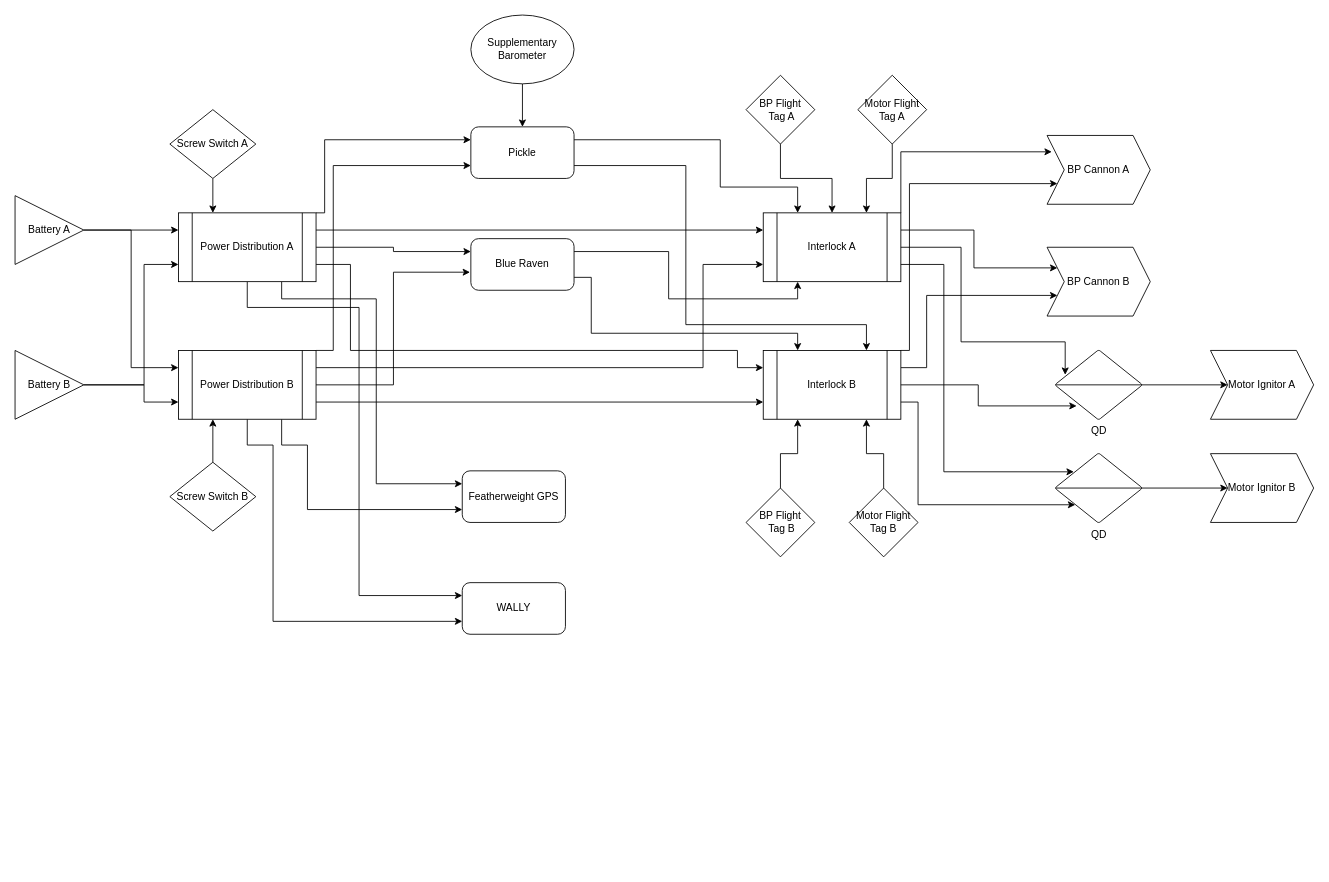
This is SIRIUS_sustainer.drawio from icl-rocketry/wally, a draw.io file, before an edit. Source tidied: cells renumbered, new cells numbered last; positions are measured from the earlier drawing's top-left corner, leaving out a move shared by most shapes. Both pictures are drawn from the tidied source at 86%, with x=0, y=0 at pixel (15, 15).
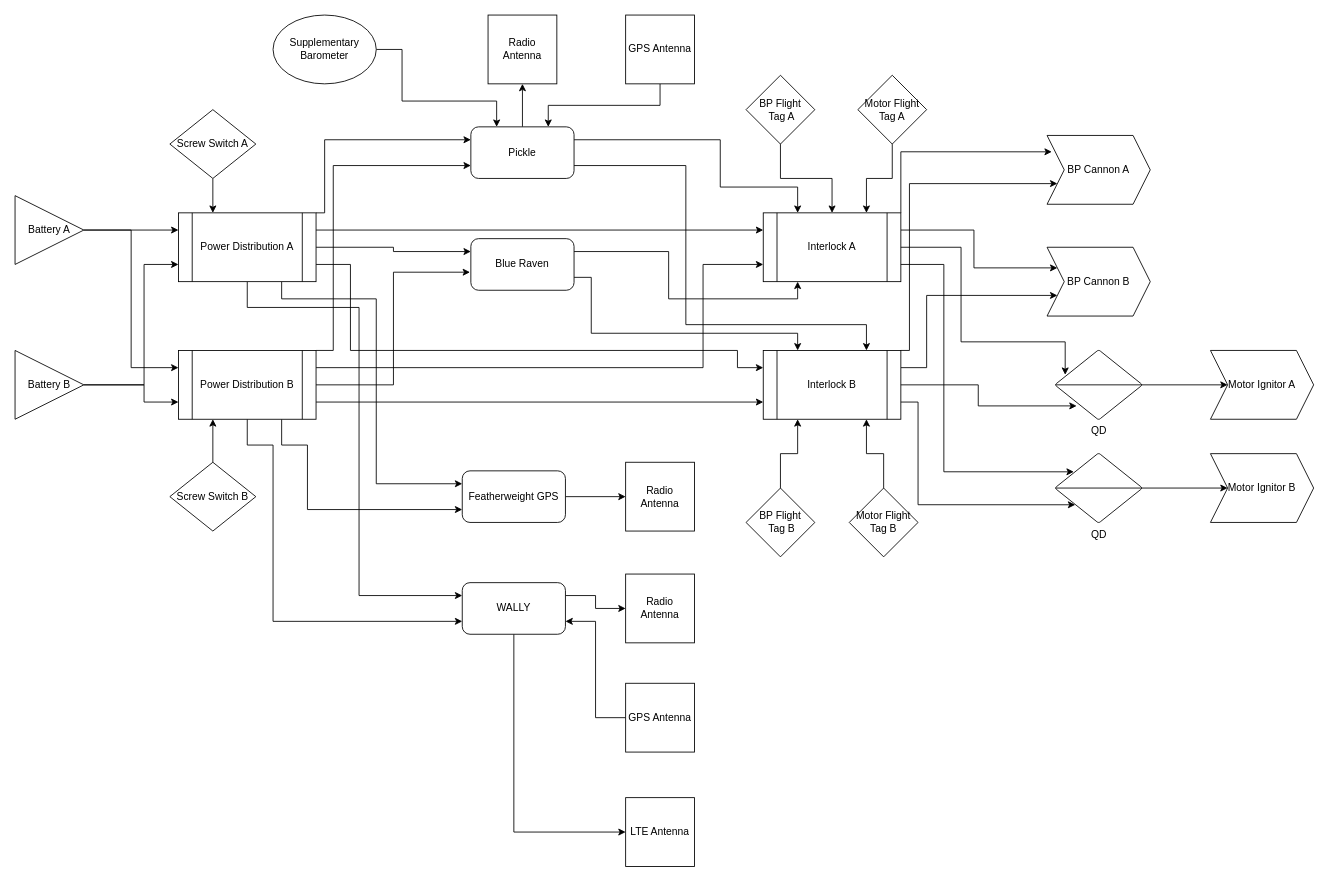
The same page after the edit.

Unchanged cells that the change refers to:
```xml
<mxCell id="27" value="Pickle" style="rounded=1;whiteSpace=wrap;html=1;" parent="1" vertex="1">
  <mxGeometry x="530" y="130" width="120" height="60" as="geometry" />
</mxCell>
<mxCell id="31" value="WALLY" style="rounded=1;whiteSpace=wrap;html=1;" parent="1" vertex="1">
  <mxGeometry x="520" y="660" width="120" height="60" as="geometry" />
</mxCell>
<mxCell id="32" value="Featherweight GPS" style="rounded=1;whiteSpace=wrap;html=1;" parent="1" vertex="1">
  <mxGeometry x="520" y="530" width="120" height="60" as="geometry" />
</mxCell>
```

Diff of the diagram source:
```diff
@@
+    <mxCell id="62" style="edgeStyle=orthogonalEdgeStyle;rounded=0;jettySize=auto;html=1;exitX=0.5;exitY=0;exitDx=0;exitDy=0;entryX=0.5;entryY=1;entryDx=0;entryDy=0;" parent="1" edge="1" source="27" target="68">
+      <mxGeometry relative="1" as="geometry" />
+    </mxCell>
@@
+    <mxCell id="63" style="edgeStyle=orthogonalEdgeStyle;rounded=0;jettySize=auto;html=1;exitX=1;exitY=0.25;exitDx=0;exitDy=0;entryX=0;entryY=0.5;entryDx=0;entryDy=0;" parent="1" edge="1" source="31" target="67">
+      <mxGeometry relative="1" as="geometry" />
+    </mxCell>
+    <mxCell id="64" style="edgeStyle=orthogonalEdgeStyle;rounded=0;jettySize=auto;html=1;exitX=0.5;exitY=1;exitDx=0;exitDy=0;entryX=0;entryY=0.5;entryDx=0;entryDy=0;" parent="1" edge="1" source="31" target="73">
+      <mxGeometry relative="1" as="geometry" />
+    </mxCell>
@@
+    <mxCell id="65" style="edgeStyle=orthogonalEdgeStyle;rounded=0;jettySize=auto;html=1;exitX=1;exitY=0.5;exitDx=0;exitDy=0;entryX=0;entryY=0.5;entryDx=0;entryDy=0;" parent="1" edge="1" source="32" target="66">
+      <mxGeometry relative="1" as="geometry" />
+    </mxCell>
@@
-    <mxCell id="33" style="edgeStyle=orthogonalEdgeStyle;rounded=0;jettySize=auto;html=1;exitX=0.5;exitY=1;exitDx=0;exitDy=0;entryX=0.5;entryY=0;entryDx=0;entryDy=0;" parent="1" edge="1" source="34" target="27">
-      <mxGeometry relative="1" as="geometry" />
+    <mxCell id="33" style="edgeStyle=orthogonalEdgeStyle;rounded=0;jettySize=auto;html=1;exitX=1;exitY=0.5;exitDx=0;exitDy=0;entryX=0.25;entryY=0;entryDx=0;entryDy=0;" parent="1" edge="1" source="34" target="27">
+      <mxGeometry relative="1" as="geometry">
+        <Array as="points">
+          <mxPoint x="450" y="40" />
+          <mxPoint x="450" y="100" />
+          <mxPoint x="560" y="100" />
+        </Array>
+      </mxGeometry>
     </mxCell>
     <mxCell id="34" value="Supplementary Barometer" style="ellipse;whiteSpace=wrap;html=1;" parent="1" vertex="1">
-      <mxGeometry x="530" width="120" height="80" as="geometry" />
+      <mxGeometry x="300" width="120" height="80" as="geometry" />
     </mxCell>
@@
+    <mxCell id="66" value="Radio Antenna" style="whiteSpace=wrap;html=1;" parent="1" vertex="1">
+      <mxGeometry x="710" y="520" width="80" height="80" as="geometry" />
+    </mxCell>
+    <mxCell id="67" value="Radio Antenna" style="whiteSpace=wrap;html=1;" parent="1" vertex="1">
+      <mxGeometry x="710" y="650" width="80" height="80" as="geometry" />
+    </mxCell>
+    <mxCell id="68" value="Radio Antenna" style="whiteSpace=wrap;html=1;" parent="1" vertex="1">
+      <mxGeometry x="550" width="80" height="80" as="geometry" />
+    </mxCell>
+    <mxCell id="69" style="edgeStyle=orthogonalEdgeStyle;rounded=0;jettySize=auto;html=1;exitX=0.5;exitY=1;exitDx=0;exitDy=0;entryX=0.75;entryY=0;entryDx=0;entryDy=0;" parent="1" edge="1" source="70" target="27">
+      <mxGeometry relative="1" as="geometry" />
+    </mxCell>
+    <mxCell id="70" value="GPS Antenna" style="whiteSpace=wrap;html=1;" parent="1" vertex="1">
+      <mxGeometry x="710" width="80" height="80" as="geometry" />
+    </mxCell>
+    <mxCell id="71" style="edgeStyle=orthogonalEdgeStyle;rounded=0;jettySize=auto;html=1;exitX=0;exitY=0.5;exitDx=0;exitDy=0;entryX=1;entryY=0.75;entryDx=0;entryDy=0;" parent="1" edge="1" source="72" target="31">
+      <mxGeometry relative="1" as="geometry" />
+    </mxCell>
+    <mxCell id="72" value="GPS Antenna" style="whiteSpace=wrap;html=1;" parent="1" vertex="1">
+      <mxGeometry x="710" y="777" width="80" height="80" as="geometry" />
+    </mxCell>
+    <mxCell id="73" value="LTE Antenna" style="whiteSpace=wrap;html=1;" parent="1" vertex="1">
+      <mxGeometry x="710" y="910" width="80" height="80" as="geometry" />
+    </mxCell>
```
